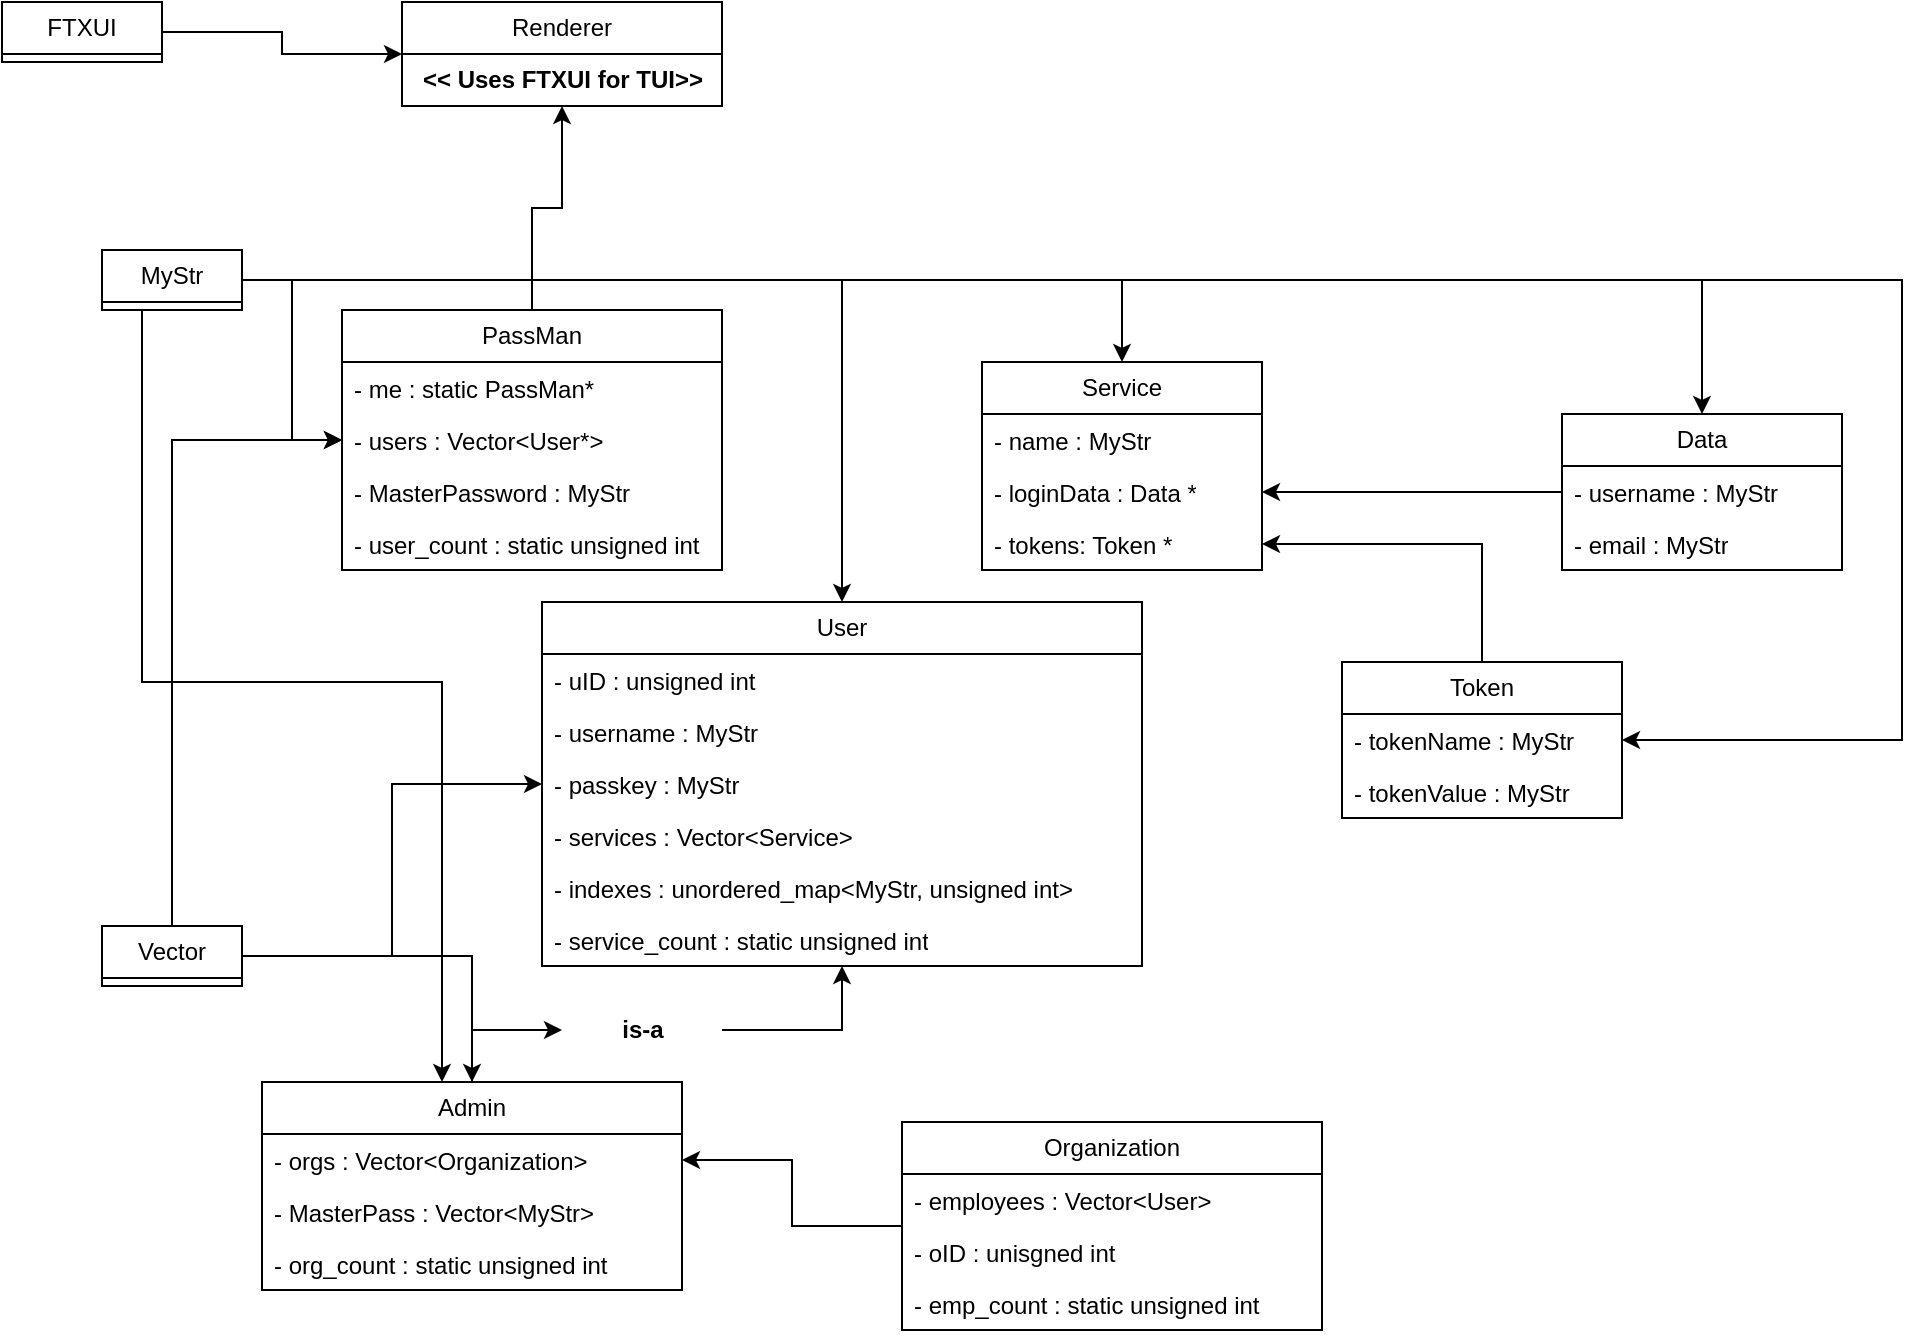
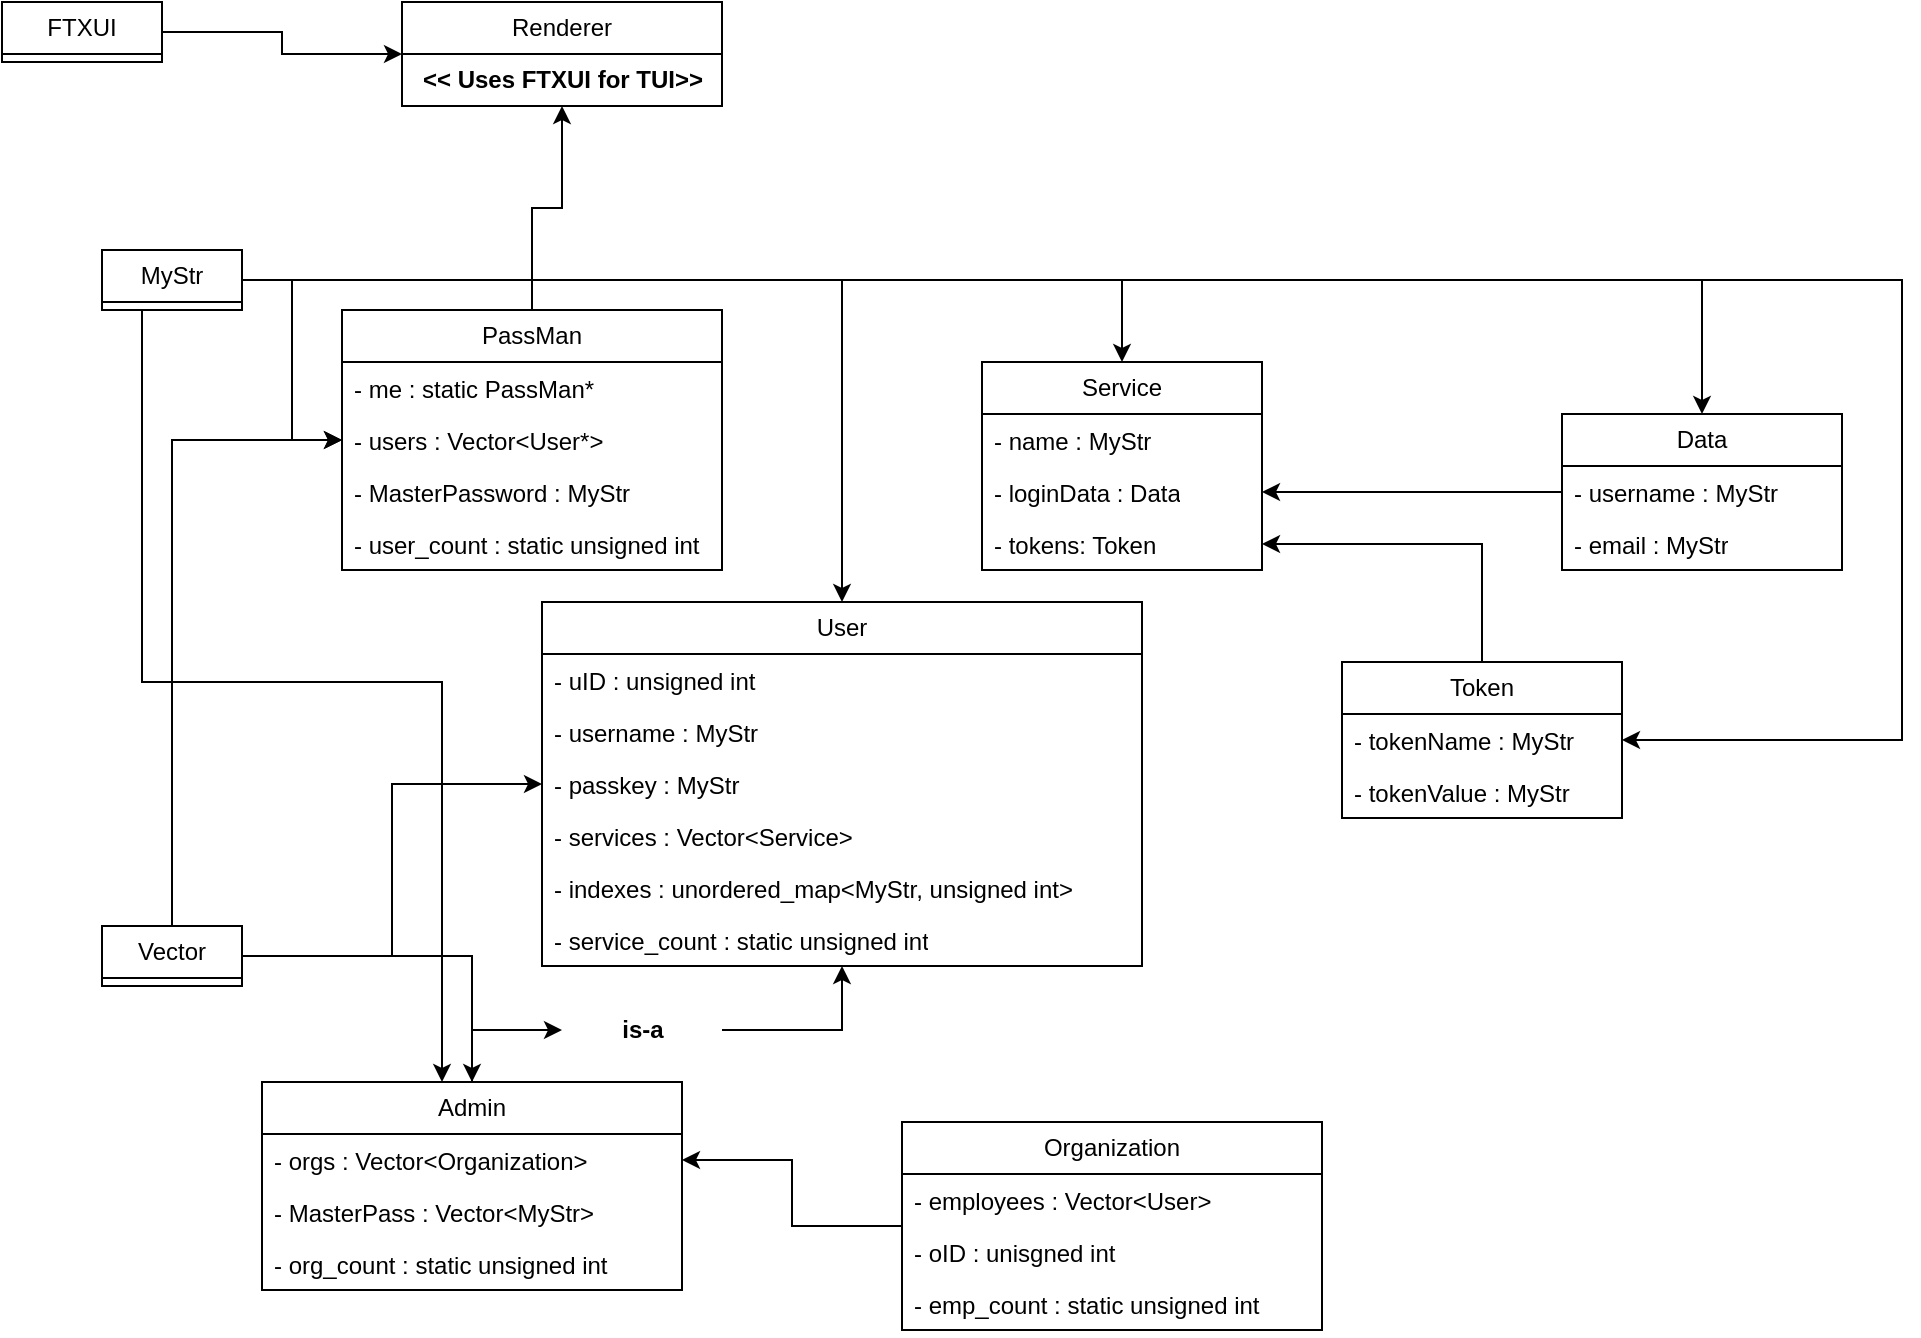
<mxfile host="Electron" agent="Mozilla/5.0 (X11; Linux x86_64) AppleWebKit/537.36 (KHTML, like Gecko) draw.io/29.6.1 Chrome/142.0.7444.265 Electron/39.8.10 Safari/537.36">
  <diagram name="Page-1" id="nfhrS4F-1M6vnpST5X_o">
-     <mxGraphModel dx="1304" dy="875" grid="1" gridSize="10" guides="1" tooltips="1" connect="1" arrows="1" fold="1" page="1" pageScale="1" pageWidth="1100" pageHeight="850" math="0" shadow="0">
+     <mxGraphModel dx="670" dy="449" grid="1" gridSize="10" guides="1" tooltips="1" connect="1" arrows="1" fold="1" page="1" pageScale="1" pageWidth="1100" pageHeight="850" math="0" shadow="0">
      <root>
        <mxCell id="0" />
        <mxCell id="1" parent="0" />
        <mxCell id="CYA9Wm35pG5emEmGDEMp-27" edge="1" parent="1" source="CYA9Wm35pG5emEmGDEMp-2" style="edgeStyle=orthogonalEdgeStyle;rounded=0;orthogonalLoop=1;jettySize=auto;html=1;" target="CYA9Wm35pG5emEmGDEMp-16">
          <mxGeometry relative="1" as="geometry" />
        </mxCell>
        <mxCell id="CYA9Wm35pG5emEmGDEMp-2" parent="1" style="swimlane;fontStyle=0;childLayout=stackLayout;horizontal=1;startSize=26;fillColor=none;horizontalStack=0;resizeParent=1;resizeParentMax=0;resizeLast=0;collapsible=1;marginBottom=0;whiteSpace=wrap;html=1;" value="Data" vertex="1">
          <mxGeometry height="78" width="140" x="820" y="266" as="geometry" />
        </mxCell>
        <mxCell id="CYA9Wm35pG5emEmGDEMp-3" parent="CYA9Wm35pG5emEmGDEMp-2" style="text;strokeColor=none;fillColor=none;align=left;verticalAlign=top;spacingLeft=4;spacingRight=4;overflow=hidden;rotatable=0;points=[[0,0.5],[1,0.5]];portConstraint=eastwest;whiteSpace=wrap;html=1;" value="- username : MyStr" vertex="1">
          <mxGeometry height="26" width="140" y="26" as="geometry" />
        </mxCell>
        <mxCell id="CYA9Wm35pG5emEmGDEMp-4" parent="CYA9Wm35pG5emEmGDEMp-2" style="text;strokeColor=none;fillColor=none;align=left;verticalAlign=top;spacingLeft=4;spacingRight=4;overflow=hidden;rotatable=0;points=[[0,0.5],[1,0.5]];portConstraint=eastwest;whiteSpace=wrap;html=1;" value="- email : MyStr" vertex="1">
          <mxGeometry height="26" width="140" y="52" as="geometry" />
        </mxCell>
        <mxCell id="TflnOd1NR4oDqLlOWGBY-11" edge="1" parent="1" source="CYA9Wm35pG5emEmGDEMp-6" style="edgeStyle=orthogonalEdgeStyle;rounded=0;orthogonalLoop=1;jettySize=auto;html=1;" target="TflnOd1NR4oDqLlOWGBY-1">
          <mxGeometry relative="1" as="geometry" />
        </mxCell>
        <mxCell id="CYA9Wm35pG5emEmGDEMp-6" parent="1" style="swimlane;fontStyle=0;childLayout=stackLayout;horizontal=1;startSize=26;fillColor=none;horizontalStack=0;resizeParent=1;resizeParentMax=0;resizeLast=0;collapsible=1;marginBottom=0;whiteSpace=wrap;html=1;" value="PassMan" vertex="1">
          <mxGeometry height="130" width="190" x="210" y="214" as="geometry" />
        </mxCell>
        <mxCell id="CYA9Wm35pG5emEmGDEMp-7" parent="CYA9Wm35pG5emEmGDEMp-6" style="text;strokeColor=none;fillColor=none;align=left;verticalAlign=top;spacingLeft=4;spacingRight=4;overflow=hidden;rotatable=0;points=[[0,0.5],[1,0.5]];portConstraint=eastwest;whiteSpace=wrap;html=1;" value="- me : static PassMan*" vertex="1">
          <mxGeometry height="26" width="190" y="26" as="geometry" />
        </mxCell>
        <mxCell id="CYA9Wm35pG5emEmGDEMp-8" parent="CYA9Wm35pG5emEmGDEMp-6" style="text;strokeColor=none;fillColor=none;align=left;verticalAlign=top;spacingLeft=4;spacingRight=4;overflow=hidden;rotatable=0;points=[[0,0.5],[1,0.5]];portConstraint=eastwest;whiteSpace=wrap;html=1;" value="- users : Vector&amp;lt;User*&amp;gt;" vertex="1">
          <mxGeometry height="26" width="190" y="52" as="geometry" />
        </mxCell>
        <mxCell id="CYA9Wm35pG5emEmGDEMp-9" parent="CYA9Wm35pG5emEmGDEMp-6" style="text;strokeColor=none;fillColor=none;align=left;verticalAlign=top;spacingLeft=4;spacingRight=4;overflow=hidden;rotatable=0;points=[[0,0.5],[1,0.5]];portConstraint=eastwest;whiteSpace=wrap;html=1;" value="- MasterPassword : MyStr" vertex="1">
          <mxGeometry height="26" width="190" y="78" as="geometry" />
        </mxCell>
        <mxCell id="CYA9Wm35pG5emEmGDEMp-31" parent="CYA9Wm35pG5emEmGDEMp-6" style="text;strokeColor=none;fillColor=none;align=left;verticalAlign=top;spacingLeft=4;spacingRight=4;overflow=hidden;rotatable=0;points=[[0,0.5],[1,0.5]];portConstraint=eastwest;whiteSpace=wrap;html=1;" value="- user_count : static unsigned int" vertex="1">
          <mxGeometry height="26" width="190" y="104" as="geometry" />
        </mxCell>
        <mxCell id="CYA9Wm35pG5emEmGDEMp-10" parent="1" style="swimlane;fontStyle=0;childLayout=stackLayout;horizontal=1;startSize=26;fillColor=none;horizontalStack=0;resizeParent=1;resizeParentMax=0;resizeLast=0;collapsible=1;marginBottom=0;whiteSpace=wrap;html=1;" value="User" vertex="1">
          <mxGeometry height="182" width="300" x="310" y="360" as="geometry" />
        </mxCell>
        <mxCell id="CYA9Wm35pG5emEmGDEMp-11" parent="CYA9Wm35pG5emEmGDEMp-10" style="text;strokeColor=none;fillColor=none;align=left;verticalAlign=top;spacingLeft=4;spacingRight=4;overflow=hidden;rotatable=0;points=[[0,0.5],[1,0.5]];portConstraint=eastwest;whiteSpace=wrap;html=1;" value="- uID : unsigned int" vertex="1">
          <mxGeometry height="26" width="300" y="26" as="geometry" />
        </mxCell>
        <mxCell id="CYA9Wm35pG5emEmGDEMp-12" parent="CYA9Wm35pG5emEmGDEMp-10" style="text;strokeColor=none;fillColor=none;align=left;verticalAlign=top;spacingLeft=4;spacingRight=4;overflow=hidden;rotatable=0;points=[[0,0.5],[1,0.5]];portConstraint=eastwest;whiteSpace=wrap;html=1;" value="- username : MyStr" vertex="1">
          <mxGeometry height="26" width="300" y="52" as="geometry" />
        </mxCell>
        <mxCell id="CYA9Wm35pG5emEmGDEMp-13" parent="CYA9Wm35pG5emEmGDEMp-10" style="text;strokeColor=none;fillColor=none;align=left;verticalAlign=top;spacingLeft=4;spacingRight=4;overflow=hidden;rotatable=0;points=[[0,0.5],[1,0.5]];portConstraint=eastwest;whiteSpace=wrap;html=1;" value="- passkey : MyStr" vertex="1">
          <mxGeometry height="26" width="300" y="78" as="geometry" />
        </mxCell>
        <mxCell id="CYA9Wm35pG5emEmGDEMp-28" parent="CYA9Wm35pG5emEmGDEMp-10" style="text;strokeColor=none;fillColor=none;align=left;verticalAlign=top;spacingLeft=4;spacingRight=4;overflow=hidden;rotatable=0;points=[[0,0.5],[1,0.5]];portConstraint=eastwest;whiteSpace=wrap;html=1;" value="- services : Vector&amp;lt;Service&amp;gt;" vertex="1">
          <mxGeometry height="26" width="300" y="104" as="geometry" />
        </mxCell>
        <mxCell id="CYA9Wm35pG5emEmGDEMp-29" parent="CYA9Wm35pG5emEmGDEMp-10" style="text;strokeColor=none;fillColor=none;align=left;verticalAlign=top;spacingLeft=4;spacingRight=4;overflow=hidden;rotatable=0;points=[[0,0.5],[1,0.5]];portConstraint=eastwest;whiteSpace=wrap;html=1;" value="- indexes : unordered_map&amp;lt;MyStr, unsigned int&amp;gt;" vertex="1">
          <mxGeometry height="26" width="300" y="130" as="geometry" />
        </mxCell>
        <mxCell id="CYA9Wm35pG5emEmGDEMp-30" parent="CYA9Wm35pG5emEmGDEMp-10" style="text;strokeColor=none;fillColor=none;align=left;verticalAlign=top;spacingLeft=4;spacingRight=4;overflow=hidden;rotatable=0;points=[[0,0.5],[1,0.5]];portConstraint=eastwest;whiteSpace=wrap;html=1;" value="- service_count : static unsigned int" vertex="1">
          <mxGeometry height="26" width="300" y="156" as="geometry" />
        </mxCell>
        <mxCell id="CYA9Wm35pG5emEmGDEMp-14" parent="1" style="swimlane;fontStyle=0;childLayout=stackLayout;horizontal=1;startSize=26;fillColor=none;horizontalStack=0;resizeParent=1;resizeParentMax=0;resizeLast=0;collapsible=1;marginBottom=0;whiteSpace=wrap;html=1;" value="Service" vertex="1">
          <mxGeometry height="104" width="140" x="530" y="240" as="geometry" />
        </mxCell>
        <mxCell id="CYA9Wm35pG5emEmGDEMp-15" parent="CYA9Wm35pG5emEmGDEMp-14" style="text;strokeColor=none;fillColor=none;align=left;verticalAlign=top;spacingLeft=4;spacingRight=4;overflow=hidden;rotatable=0;points=[[0,0.5],[1,0.5]];portConstraint=eastwest;whiteSpace=wrap;html=1;" value="- name : MyStr" vertex="1">
          <mxGeometry height="26" width="140" y="26" as="geometry" />
        </mxCell>
-         <mxCell id="CYA9Wm35pG5emEmGDEMp-16" parent="CYA9Wm35pG5emEmGDEMp-14" style="text;strokeColor=none;fillColor=none;align=left;verticalAlign=top;spacingLeft=4;spacingRight=4;overflow=hidden;rotatable=0;points=[[0,0.5],[1,0.5]];portConstraint=eastwest;whiteSpace=wrap;html=1;" value="- loginData : Data *" vertex="1">
+         <mxCell id="CYA9Wm35pG5emEmGDEMp-16" parent="CYA9Wm35pG5emEmGDEMp-14" style="text;strokeColor=none;fillColor=none;align=left;verticalAlign=top;spacingLeft=4;spacingRight=4;overflow=hidden;rotatable=0;points=[[0,0.5],[1,0.5]];portConstraint=eastwest;whiteSpace=wrap;html=1;" value="- loginData : Data" vertex="1">
          <mxGeometry height="26" width="140" y="52" as="geometry" />
        </mxCell>
-         <mxCell id="Q0_d60-dkDx4pvrR2RjQ-1" parent="CYA9Wm35pG5emEmGDEMp-14" style="text;strokeColor=none;fillColor=none;align=left;verticalAlign=top;spacingLeft=4;spacingRight=4;overflow=hidden;rotatable=0;points=[[0,0.5],[1,0.5]];portConstraint=eastwest;whiteSpace=wrap;html=1;" value="- tokens: Token *" vertex="1">
+         <mxCell id="Q0_d60-dkDx4pvrR2RjQ-1" parent="CYA9Wm35pG5emEmGDEMp-14" style="text;strokeColor=none;fillColor=none;align=left;verticalAlign=top;spacingLeft=4;spacingRight=4;overflow=hidden;rotatable=0;points=[[0,0.5],[1,0.5]];portConstraint=eastwest;whiteSpace=wrap;html=1;" value="- tokens: Token" vertex="1">
          <mxGeometry height="26" width="140" y="78" as="geometry" />
        </mxCell>
        <mxCell id="CYA9Wm35pG5emEmGDEMp-54" edge="1" parent="1" source="CYA9Wm35pG5emEmGDEMp-18" style="edgeStyle=orthogonalEdgeStyle;rounded=0;orthogonalLoop=1;jettySize=auto;html=1;" target="CYA9Wm35pG5emEmGDEMp-6">
          <mxGeometry relative="1" as="geometry" />
        </mxCell>
        <mxCell id="CYA9Wm35pG5emEmGDEMp-55" edge="1" parent="1" source="CYA9Wm35pG5emEmGDEMp-18" style="edgeStyle=orthogonalEdgeStyle;rounded=0;orthogonalLoop=1;jettySize=auto;html=1;" target="CYA9Wm35pG5emEmGDEMp-10">
          <mxGeometry relative="1" as="geometry" />
        </mxCell>
        <mxCell id="CYA9Wm35pG5emEmGDEMp-57" edge="1" parent="1" source="CYA9Wm35pG5emEmGDEMp-18" style="edgeStyle=orthogonalEdgeStyle;rounded=0;orthogonalLoop=1;jettySize=auto;html=1;" target="CYA9Wm35pG5emEmGDEMp-2">
          <mxGeometry relative="1" as="geometry" />
        </mxCell>
        <mxCell id="CYA9Wm35pG5emEmGDEMp-58" edge="1" parent="1" source="CYA9Wm35pG5emEmGDEMp-18" style="edgeStyle=orthogonalEdgeStyle;rounded=0;orthogonalLoop=1;jettySize=auto;html=1;" target="CYA9Wm35pG5emEmGDEMp-14">
          <mxGeometry relative="1" as="geometry" />
        </mxCell>
        <mxCell id="x_Ld8CabyctGf_dsq4uz-3" edge="1" parent="1" source="CYA9Wm35pG5emEmGDEMp-18" style="edgeStyle=orthogonalEdgeStyle;rounded=0;orthogonalLoop=1;jettySize=auto;html=1;" target="CYA9Wm35pG5emEmGDEMp-32">
          <mxGeometry relative="1" as="geometry">
            <Array as="points">
              <mxPoint x="110" y="400" />
              <mxPoint x="260" y="400" />
            </Array>
            <mxPoint x="250" y="460" as="targetPoint" />
          </mxGeometry>
        </mxCell>
        <mxCell id="Q0_d60-dkDx4pvrR2RjQ-7" edge="1" parent="1" source="CYA9Wm35pG5emEmGDEMp-18" style="edgeStyle=orthogonalEdgeStyle;rounded=0;orthogonalLoop=1;jettySize=auto;html=1;" target="Q0_d60-dkDx4pvrR2RjQ-2">
          <mxGeometry relative="1" as="geometry">
            <Array as="points">
              <mxPoint x="990" y="199" />
              <mxPoint x="990" y="429" />
            </Array>
          </mxGeometry>
        </mxCell>
        <mxCell id="CYA9Wm35pG5emEmGDEMp-18" collapsed="1" parent="1" style="swimlane;fontStyle=0;childLayout=stackLayout;horizontal=1;startSize=26;fillColor=none;horizontalStack=0;resizeParent=1;resizeParentMax=0;resizeLast=0;collapsible=1;marginBottom=0;whiteSpace=wrap;html=1;" value="MyStr" vertex="1">
          <mxGeometry height="30" width="70" x="90" y="184" as="geometry">
            <mxRectangle height="104" width="140" x="780" y="218" as="alternateBounds" />
          </mxGeometry>
        </mxCell>
        <mxCell id="CYA9Wm35pG5emEmGDEMp-52" edge="1" parent="1" source="CYA9Wm35pG5emEmGDEMp-22" style="edgeStyle=orthogonalEdgeStyle;rounded=0;orthogonalLoop=1;jettySize=auto;html=1;" target="CYA9Wm35pG5emEmGDEMp-32">
          <mxGeometry relative="1" as="geometry" />
        </mxCell>
        <mxCell id="CYA9Wm35pG5emEmGDEMp-53" edge="1" parent="1" source="CYA9Wm35pG5emEmGDEMp-22" style="edgeStyle=orthogonalEdgeStyle;rounded=0;orthogonalLoop=1;jettySize=auto;html=1;" target="CYA9Wm35pG5emEmGDEMp-6">
          <mxGeometry relative="1" as="geometry">
            <Array as="points">
              <mxPoint x="125" y="279" />
            </Array>
          </mxGeometry>
        </mxCell>
        <mxCell id="CYA9Wm35pG5emEmGDEMp-56" edge="1" parent="1" source="CYA9Wm35pG5emEmGDEMp-22" style="edgeStyle=orthogonalEdgeStyle;rounded=0;orthogonalLoop=1;jettySize=auto;html=1;" target="CYA9Wm35pG5emEmGDEMp-10">
          <mxGeometry relative="1" as="geometry" />
        </mxCell>
        <mxCell id="CYA9Wm35pG5emEmGDEMp-22" collapsed="1" parent="1" style="swimlane;fontStyle=0;childLayout=stackLayout;horizontal=1;startSize=26;fillColor=none;horizontalStack=0;resizeParent=1;resizeParentMax=0;resizeLast=0;collapsible=1;marginBottom=0;whiteSpace=wrap;html=1;" value="Vector" vertex="1">
          <mxGeometry height="30" width="70" x="90" y="522" as="geometry">
            <mxRectangle height="104" width="140" x="620" y="540" as="alternateBounds" />
          </mxGeometry>
        </mxCell>
        <mxCell id="CYA9Wm35pG5emEmGDEMp-36" edge="1" parent="1" source="CYA9Wm35pG5emEmGDEMp-61" style="edgeStyle=orthogonalEdgeStyle;rounded=0;orthogonalLoop=1;jettySize=auto;html=1;" target="CYA9Wm35pG5emEmGDEMp-10">
          <mxGeometry relative="1" as="geometry" />
        </mxCell>
        <mxCell id="CYA9Wm35pG5emEmGDEMp-32" parent="1" style="swimlane;fontStyle=0;childLayout=stackLayout;horizontal=1;startSize=26;fillColor=none;horizontalStack=0;resizeParent=1;resizeParentMax=0;resizeLast=0;collapsible=1;marginBottom=0;whiteSpace=wrap;html=1;" value="Admin" vertex="1">
          <mxGeometry height="104" width="210" x="170" y="600" as="geometry" />
        </mxCell>
        <mxCell id="CYA9Wm35pG5emEmGDEMp-33" parent="CYA9Wm35pG5emEmGDEMp-32" style="text;strokeColor=none;fillColor=none;align=left;verticalAlign=top;spacingLeft=4;spacingRight=4;overflow=hidden;rotatable=0;points=[[0,0.5],[1,0.5]];portConstraint=eastwest;whiteSpace=wrap;html=1;" value="- orgs : Vector&amp;lt;Organization&amp;gt;" vertex="1">
          <mxGeometry height="26" width="210" y="26" as="geometry" />
        </mxCell>
        <mxCell id="x_Ld8CabyctGf_dsq4uz-2" parent="CYA9Wm35pG5emEmGDEMp-32" style="text;strokeColor=none;fillColor=none;align=left;verticalAlign=top;spacingLeft=4;spacingRight=4;overflow=hidden;rotatable=0;points=[[0,0.5],[1,0.5]];portConstraint=eastwest;whiteSpace=wrap;html=1;" value="- MasterPass : Vector&amp;lt;MyStr&amp;gt;" vertex="1">
          <mxGeometry height="26" width="210" y="52" as="geometry" />
        </mxCell>
        <mxCell id="CYA9Wm35pG5emEmGDEMp-34" parent="CYA9Wm35pG5emEmGDEMp-32" style="text;strokeColor=none;fillColor=none;align=left;verticalAlign=top;spacingLeft=4;spacingRight=4;overflow=hidden;rotatable=0;points=[[0,0.5],[1,0.5]];portConstraint=eastwest;whiteSpace=wrap;html=1;" value="- org_count : static unsigned int" vertex="1">
          <mxGeometry height="26" width="210" y="78" as="geometry" />
        </mxCell>
        <mxCell id="CYA9Wm35pG5emEmGDEMp-41" edge="1" parent="1" source="CYA9Wm35pG5emEmGDEMp-37" style="edgeStyle=orthogonalEdgeStyle;rounded=0;orthogonalLoop=1;jettySize=auto;html=1;" target="CYA9Wm35pG5emEmGDEMp-33">
          <mxGeometry relative="1" as="geometry" />
        </mxCell>
        <mxCell id="CYA9Wm35pG5emEmGDEMp-37" parent="1" style="swimlane;fontStyle=0;childLayout=stackLayout;horizontal=1;startSize=26;fillColor=none;horizontalStack=0;resizeParent=1;resizeParentMax=0;resizeLast=0;collapsible=1;marginBottom=0;whiteSpace=wrap;html=1;" value="Organization" vertex="1">
          <mxGeometry height="104" width="210" x="490" y="620" as="geometry" />
        </mxCell>
        <mxCell id="CYA9Wm35pG5emEmGDEMp-38" parent="CYA9Wm35pG5emEmGDEMp-37" style="text;strokeColor=none;fillColor=none;align=left;verticalAlign=top;spacingLeft=4;spacingRight=4;overflow=hidden;rotatable=0;points=[[0,0.5],[1,0.5]];portConstraint=eastwest;whiteSpace=wrap;html=1;" value="- employees : Vector&amp;lt;User&amp;gt;" vertex="1">
          <mxGeometry height="26" width="210" y="26" as="geometry" />
        </mxCell>
        <mxCell id="CYA9Wm35pG5emEmGDEMp-39" parent="CYA9Wm35pG5emEmGDEMp-37" style="text;strokeColor=none;fillColor=none;align=left;verticalAlign=top;spacingLeft=4;spacingRight=4;overflow=hidden;rotatable=0;points=[[0,0.5],[1,0.5]];portConstraint=eastwest;whiteSpace=wrap;html=1;" value="- oID : unisgned int" vertex="1">
          <mxGeometry height="26" width="210" y="52" as="geometry" />
        </mxCell>
        <mxCell id="CYA9Wm35pG5emEmGDEMp-40" parent="CYA9Wm35pG5emEmGDEMp-37" style="text;strokeColor=none;fillColor=none;align=left;verticalAlign=top;spacingLeft=4;spacingRight=4;overflow=hidden;rotatable=0;points=[[0,0.5],[1,0.5]];portConstraint=eastwest;whiteSpace=wrap;html=1;" value="- emp_count : static unsigned int" vertex="1">
          <mxGeometry height="26" width="210" y="78" as="geometry" />
        </mxCell>
        <mxCell id="CYA9Wm35pG5emEmGDEMp-60" edge="1" parent="1" source="CYA9Wm35pG5emEmGDEMp-32" style="edgeStyle=orthogonalEdgeStyle;rounded=0;orthogonalLoop=1;jettySize=auto;html=1;" target="CYA9Wm35pG5emEmGDEMp-61" value="">
          <mxGeometry relative="1" as="geometry">
            <mxPoint x="275" y="600" as="sourcePoint" />
            <mxPoint x="460" y="542" as="targetPoint" />
          </mxGeometry>
        </mxCell>
        <mxCell id="CYA9Wm35pG5emEmGDEMp-61" parent="1" style="text;align=center;fontStyle=1;verticalAlign=middle;spacingLeft=3;spacingRight=3;strokeColor=none;rotatable=0;points=[[0,0.5],[1,0.5]];portConstraint=eastwest;html=1;" value="is-a" vertex="1">
          <mxGeometry height="26" width="80" x="320" y="561" as="geometry" />
        </mxCell>
        <mxCell id="TflnOd1NR4oDqLlOWGBY-1" parent="1" style="swimlane;fontStyle=0;childLayout=stackLayout;horizontal=1;startSize=26;fillColor=none;horizontalStack=0;resizeParent=1;resizeParentMax=0;resizeLast=0;collapsible=1;marginBottom=0;whiteSpace=wrap;html=1;" value="Renderer" vertex="1">
          <mxGeometry height="52" width="160" x="240" y="60" as="geometry">
            <mxRectangle height="30" width="90" x="240" y="60" as="alternateBounds" />
          </mxGeometry>
        </mxCell>
        <mxCell id="TflnOd1NR4oDqLlOWGBY-9" parent="TflnOd1NR4oDqLlOWGBY-1" style="text;align=center;fontStyle=1;verticalAlign=middle;spacingLeft=3;spacingRight=3;strokeColor=none;rotatable=0;points=[[0,0.5],[1,0.5]];portConstraint=eastwest;html=1;" value="&amp;lt;&amp;lt; Uses FTXUI for TUI&amp;gt;&amp;gt;" vertex="1">
          <mxGeometry height="26" width="160" y="26" as="geometry" />
        </mxCell>
        <mxCell id="TflnOd1NR4oDqLlOWGBY-10" edge="1" parent="1" source="TflnOd1NR4oDqLlOWGBY-5" style="edgeStyle=orthogonalEdgeStyle;rounded=0;orthogonalLoop=1;jettySize=auto;html=1;" target="TflnOd1NR4oDqLlOWGBY-1">
          <mxGeometry relative="1" as="geometry" />
        </mxCell>
        <mxCell id="TflnOd1NR4oDqLlOWGBY-5" collapsed="1" parent="1" style="swimlane;fontStyle=0;childLayout=stackLayout;horizontal=1;startSize=26;fillColor=none;horizontalStack=0;resizeParent=1;resizeParentMax=0;resizeLast=0;collapsible=1;marginBottom=0;whiteSpace=wrap;html=1;" value="FTXUI" vertex="1">
          <mxGeometry height="30" width="80" x="40" y="60" as="geometry">
            <mxRectangle height="52" width="140" x="40" y="60" as="alternateBounds" />
          </mxGeometry>
        </mxCell>
        <mxCell id="Q0_d60-dkDx4pvrR2RjQ-6" edge="1" parent="1" source="Q0_d60-dkDx4pvrR2RjQ-2" style="edgeStyle=orthogonalEdgeStyle;rounded=0;orthogonalLoop=1;jettySize=auto;html=1;" target="Q0_d60-dkDx4pvrR2RjQ-1">
          <mxGeometry relative="1" as="geometry" />
        </mxCell>
        <mxCell id="Q0_d60-dkDx4pvrR2RjQ-2" parent="1" style="swimlane;fontStyle=0;childLayout=stackLayout;horizontal=1;startSize=26;fillColor=none;horizontalStack=0;resizeParent=1;resizeParentMax=0;resizeLast=0;collapsible=1;marginBottom=0;whiteSpace=wrap;html=1;" value="Token" vertex="1">
          <mxGeometry height="78" width="140" x="710" y="390" as="geometry" />
        </mxCell>
        <mxCell id="Q0_d60-dkDx4pvrR2RjQ-3" parent="Q0_d60-dkDx4pvrR2RjQ-2" style="text;strokeColor=none;fillColor=none;align=left;verticalAlign=top;spacingLeft=4;spacingRight=4;overflow=hidden;rotatable=0;points=[[0,0.5],[1,0.5]];portConstraint=eastwest;whiteSpace=wrap;html=1;" value="- tokenName : MyStr" vertex="1">
          <mxGeometry height="26" width="140" y="26" as="geometry" />
        </mxCell>
        <mxCell id="Q0_d60-dkDx4pvrR2RjQ-4" parent="Q0_d60-dkDx4pvrR2RjQ-2" style="text;strokeColor=none;fillColor=none;align=left;verticalAlign=top;spacingLeft=4;spacingRight=4;overflow=hidden;rotatable=0;points=[[0,0.5],[1,0.5]];portConstraint=eastwest;whiteSpace=wrap;html=1;" value="- tokenValue : MyStr" vertex="1">
          <mxGeometry height="26" width="140" y="52" as="geometry" />
        </mxCell>
      </root>
    </mxGraphModel>
  </diagram>
</mxfile>
